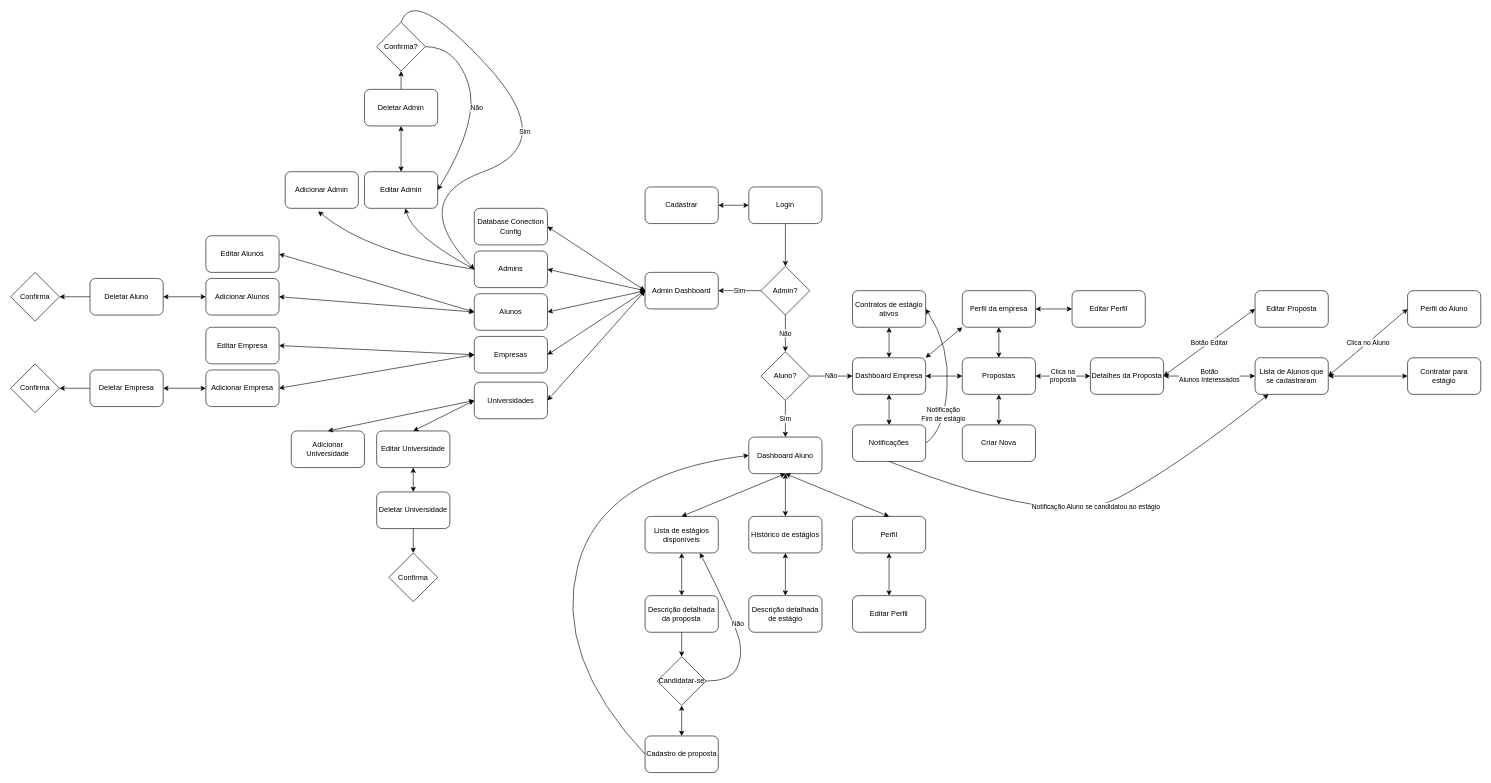
Earlier version of the draw.io diagram analise/flowchart.drawio (ewertonhm/MBGE). Source tidied: cells renumbered, new cells numbered last; positions are measured from the earlier drawing's top-left corner, leaving out a move shared by most shapes. Both pictures are drawn from the tidied source at 61%, with x=0, y=0 at pixel (10, -15).
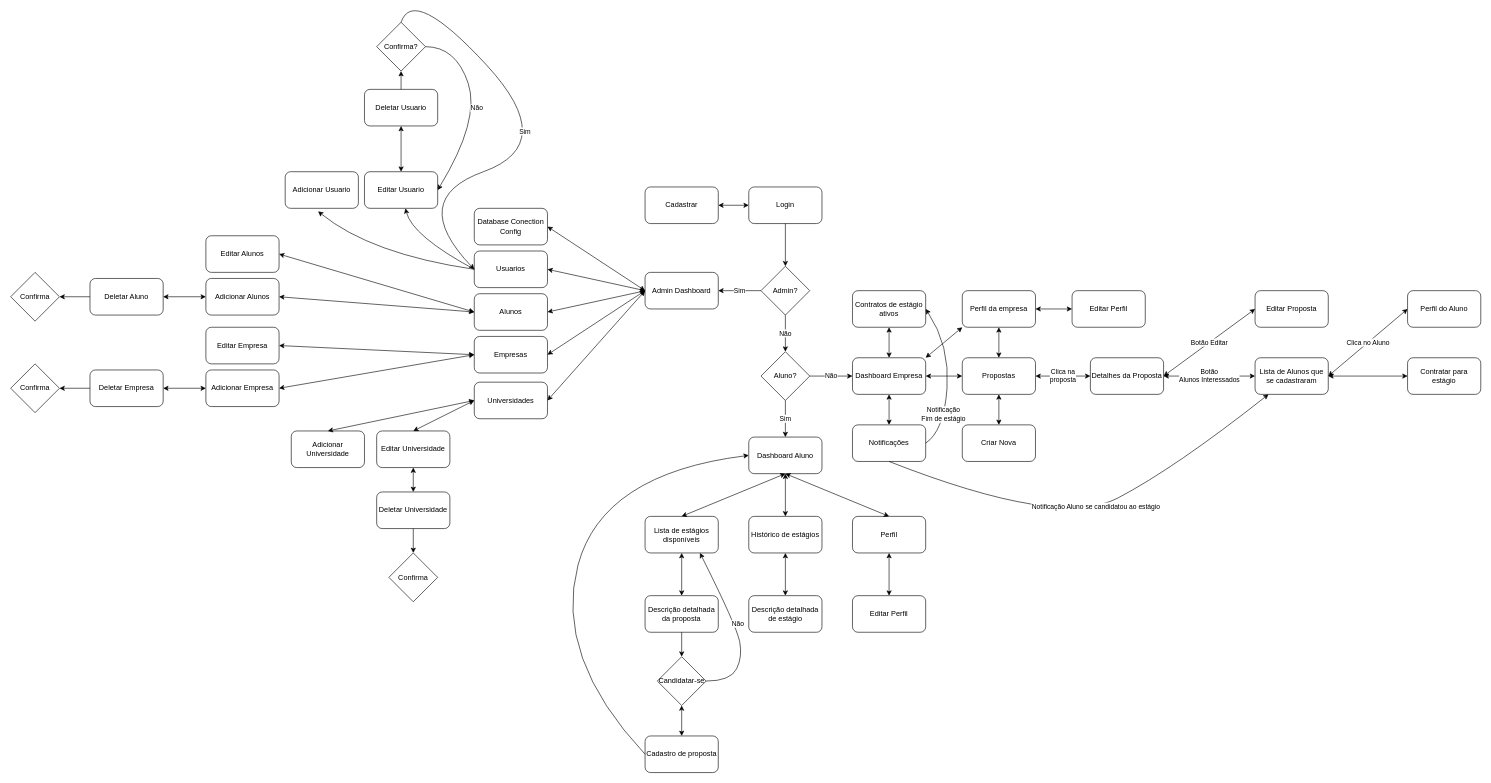
After the change.

The edit, as a diff of the source:
```diff
@@
-    <mxCell id="62" value="Admins" style="rounded=1;whiteSpace=wrap;html=1;" parent="1" vertex="1">
+    <mxCell id="62" value="Usuarios" style="rounded=1;whiteSpace=wrap;html=1;" parent="1" vertex="1">
       <mxGeometry x="760" y="435" width="120" height="60" as="geometry" />
     </mxCell>
@@
-    <mxCell id="71" value="Editar Admin" style="rounded=1;whiteSpace=wrap;html=1;" parent="1" vertex="1">
+    <mxCell id="71" value="Editar Usuario" style="rounded=1;whiteSpace=wrap;html=1;" parent="1" vertex="1">
       <mxGeometry x="580" y="305" width="120" height="60" as="geometry" />
     </mxCell>
-    <mxCell id="72" value="Adicionar Admin" style="rounded=1;whiteSpace=wrap;html=1;" parent="1" vertex="1">
+    <mxCell id="72" value="Adicionar Usuario" style="rounded=1;whiteSpace=wrap;html=1;" parent="1" vertex="1">
       <mxGeometry x="450" y="305" width="120" height="60" as="geometry" />
     </mxCell>
@@
-    <mxCell id="80" value="Deletar Admin" style="rounded=1;whiteSpace=wrap;html=1;" parent="1" vertex="1">
+    <mxCell id="80" value="Deletar Usuario" style="rounded=1;whiteSpace=wrap;html=1;" parent="1" vertex="1">
       <mxGeometry x="580" y="170" width="120" height="60" as="geometry" />
     </mxCell>
```
